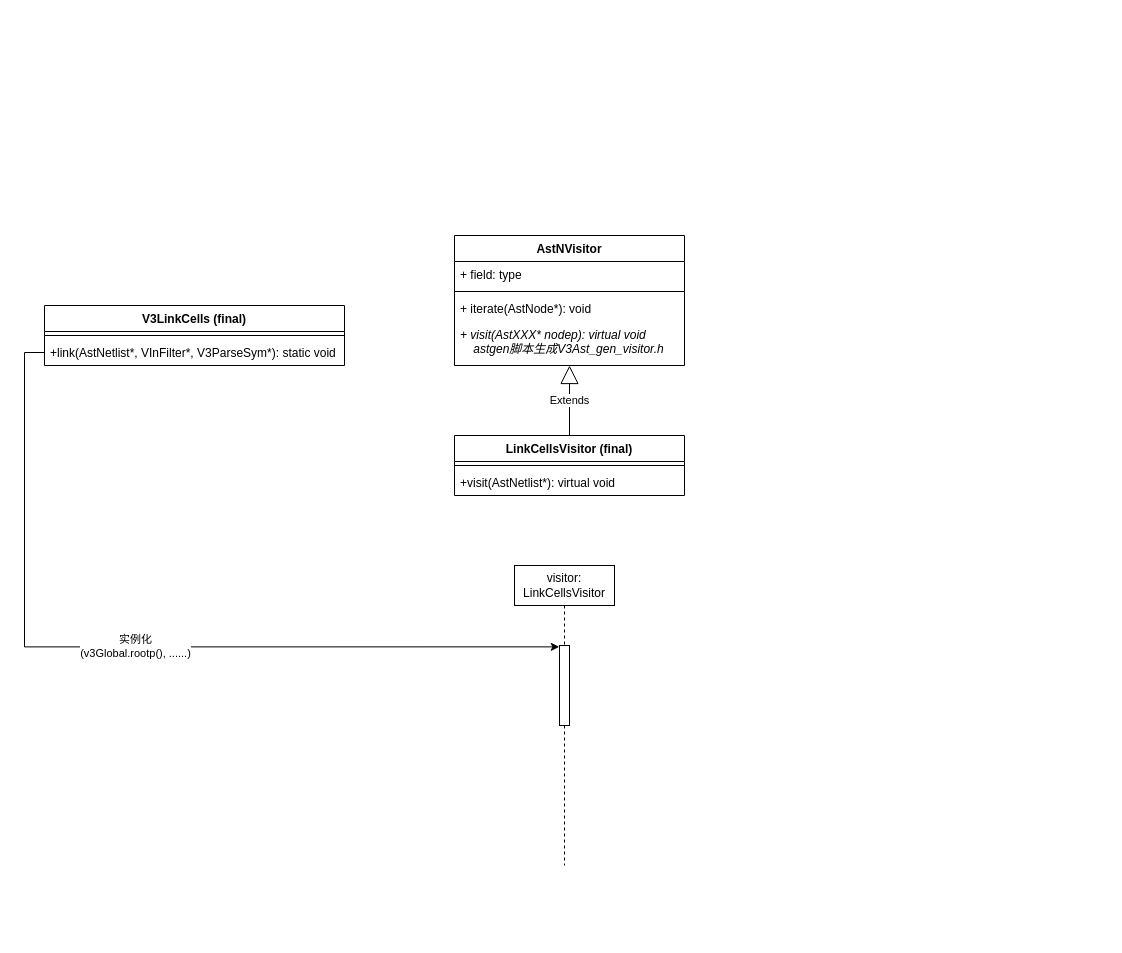
Earlier version of the draw.io diagram verilator_digrams/V3LinkCells.drawio (Dercury/CLDK). Source tidied: cells renumbered, new cells numbered last; positions are measured from the earlier drawing's top-left corner, leaving out a move shared by most shapes. Both pictures are drawn from the tidied source at 100%, with x=0, y=0 at pixel (44, 235).
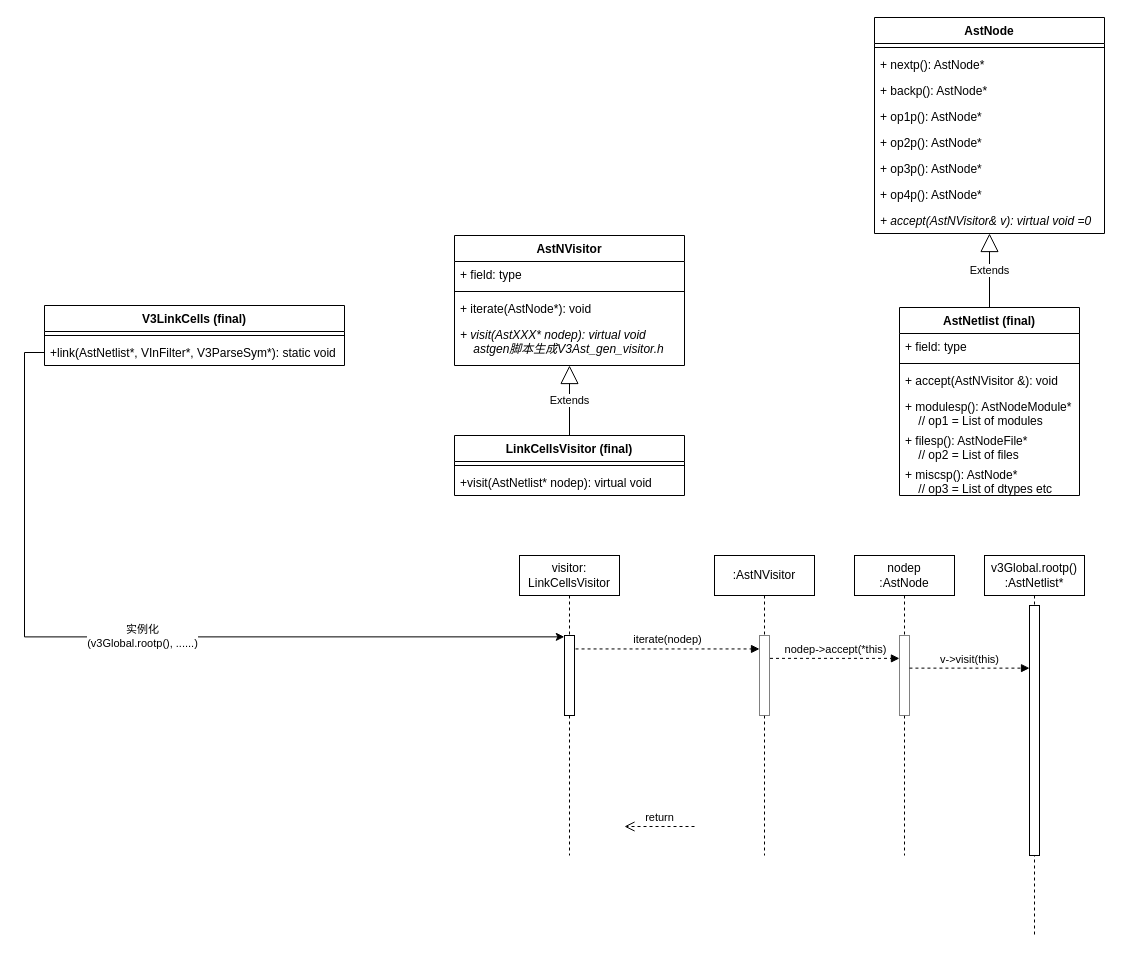
After the change.

The change refers to these unchanged cells:
```xml
<mxCell id="6" style="html=1;points=[];perimeter=orthogonalPerimeter;" parent="5" vertex="1">
  <mxGeometry x="45" y="80" width="10" height="80" as="geometry" />
</mxCell>
<mxCell id="8" value="LinkCellsVisitor (final)" style="swimlane;fontStyle=1;align=center;verticalAlign=top;horizontal=1;startSize=26;" parent="1" vertex="1">
  <mxGeometry x="410" y="200" width="230" height="60" as="geometry" />
</mxCell>
```

Change to the diagram source:
```diff
@@
     <mxCell id="5" value="visitor: LinkCellsVisitor" style="shape=umlLifeline;perimeter=lifelinePerimeter;whiteSpace=wrap;html=1;" parent="1" vertex="1">
-      <mxGeometry x="470" y="330" width="100" height="300" as="geometry" />
+      <mxGeometry x="475" y="320" width="100" height="300" as="geometry" />
     </mxCell>
@@
-    <mxCell id="10" value="+visit(AstNetlist*): virtual void " style="text;strokeColor=none;fillColor=none;align=left;verticalAlign=top;spacingLeft=4;spacingRight=4;overflow=hidden;" parent="8" vertex="1">
+    <mxCell id="10" value="+visit(AstNetlist* nodep): virtual void " style="text;strokeColor=none;fillColor=none;align=left;verticalAlign=top;spacingLeft=4;spacingRight=4;overflow=hidden;" parent="8" vertex="1">
       <mxGeometry y="34" width="230" height="26" as="geometry" />
     </mxCell>
@@
+    <mxCell id="17" value="v3Global.rootp()&lt;br&gt;:AstNetlist*" style="shape=umlLifeline;perimeter=lifelinePerimeter;whiteSpace=wrap;html=1;" parent="1" vertex="1">
+      <mxGeometry x="940" y="320" width="100" height="380" as="geometry" />
+    </mxCell>
+    <mxCell id="18" style="html=1;points=[];perimeter=orthogonalPerimeter;" parent="17" vertex="1">
+      <mxGeometry x="45" y="50" width="10" height="250" as="geometry" />
+    </mxCell>
+    <mxCell id="19" value=":AstNVisitor" style="shape=umlLifeline;perimeter=lifelinePerimeter;whiteSpace=wrap;html=1;" parent="1" vertex="1">
+      <mxGeometry x="670" y="320" width="100" height="300" as="geometry" />
+    </mxCell>
+    <mxCell id="20" style="html=1;points=[];perimeter=orthogonalPerimeter;dashed=1;dashPattern=1 1;" parent="1" vertex="1">
+      <mxGeometry x="715" y="400" width="10" height="80" as="geometry" />
+    </mxCell>
+    <mxCell id="21" value="nodep&lt;br&gt;:AstNode" style="shape=umlLifeline;perimeter=lifelinePerimeter;whiteSpace=wrap;html=1;" parent="1" vertex="1">
+      <mxGeometry x="810" y="320" width="100" height="300" as="geometry" />
+    </mxCell>
+    <mxCell id="22" style="html=1;points=[];perimeter=orthogonalPerimeter;dashed=1;dashPattern=1 1;" parent="1" vertex="1">
+      <mxGeometry x="855" y="400" width="10" height="80" as="geometry" />
+    </mxCell>
+    <mxCell id="23" value="iterate(nodep)" style="html=1;verticalAlign=bottom;endArrow=block;dashed=1;exitX=1.106;exitY=0.168;exitDx=0;exitDy=0;exitPerimeter=0;" parent="1" edge="1" source="6" target="20">
+      <mxGeometry relative="1" as="geometry" />
+    </mxCell>
+    <mxCell id="24" value="return" style="html=1;verticalAlign=bottom;endArrow=open;dashed=1;endSize=8;exitX=0;exitY=0.95;" parent="1" edge="1">
+      <mxGeometry relative="1" as="geometry">
+        <mxPoint x="650" y="591" as="sourcePoint" />
+        <mxPoint x="580" y="591" as="targetPoint" />
+      </mxGeometry>
+    </mxCell>
+    <mxCell id="25" value="nodep-&amp;gt;accept(*this)" style="html=1;verticalAlign=bottom;endArrow=block;dashed=1;exitX=1.05;exitY=0.286;exitDx=0;exitDy=0;exitPerimeter=0;entryX=-0.006;entryY=0.286;entryDx=0;entryDy=0;entryPerimeter=0;" parent="1" edge="1" source="20" target="22">
+      <mxGeometry relative="1" as="geometry" />
+    </mxCell>
+    <mxCell id="26" value="v-&amp;gt;visit(this)" style="html=1;verticalAlign=bottom;endArrow=block;dashed=1;exitX=0.994;exitY=0.408;exitDx=0;exitDy=0;exitPerimeter=0;" parent="1" edge="1" source="22" target="18">
+      <mxGeometry relative="1" as="geometry" />
+    </mxCell>
+    <mxCell id="27" value="AstNetlist (final)" style="swimlane;fontStyle=1;align=center;verticalAlign=top;horizontal=1;startSize=26;" parent="1" vertex="1">
+      <mxGeometry x="855" y="72" width="180" height="188" as="geometry" />
+    </mxCell>
+    <mxCell id="28" value="+ field: type" style="text;strokeColor=none;fillColor=none;align=left;verticalAlign=top;spacingLeft=4;spacingRight=4;overflow=hidden;" parent="27" vertex="1">
+      <mxGeometry y="26" width="180" height="26" as="geometry" />
+    </mxCell>
+    <mxCell id="29" style="line;strokeWidth=1;fillColor=none;align=left;verticalAlign=middle;spacingTop=-1;spacingLeft=3;spacingRight=3;labelPosition=right;" parent="27" vertex="1">
+      <mxGeometry y="52" width="180" height="8" as="geometry" />
+    </mxCell>
+    <mxCell id="30" value="+ accept(AstNVisitor &amp;): void" style="text;strokeColor=none;fillColor=none;align=left;verticalAlign=top;spacingLeft=4;spacingRight=4;overflow=hidden;" parent="27" vertex="1">
+      <mxGeometry y="60" width="180" height="26" as="geometry" />
+    </mxCell>
+    <mxCell id="31" value="+ modulesp(): AstNodeModule*&#10;    // op1 = List of modules" style="text;strokeColor=none;fillColor=none;align=left;verticalAlign=top;spacingLeft=4;spacingRight=4;overflow=hidden;" parent="27" vertex="1">
+      <mxGeometry y="86" width="180" height="34" as="geometry" />
+    </mxCell>
+    <mxCell id="32" value="+ filesp(): AstNodeFile*&#10;    // op2 = List of files" style="text;strokeColor=none;fillColor=none;align=left;verticalAlign=top;spacingLeft=4;spacingRight=4;overflow=hidden;" parent="27" vertex="1">
+      <mxGeometry y="120" width="180" height="34" as="geometry" />
+    </mxCell>
+    <mxCell id="33" value="+ miscsp(): AstNode*&#10;    // op3 = List of dtypes etc" style="text;strokeColor=none;fillColor=none;align=left;verticalAlign=top;spacingLeft=4;spacingRight=4;overflow=hidden;" parent="27" vertex="1">
+      <mxGeometry y="154" width="180" height="34" as="geometry" />
+    </mxCell>
+    <mxCell id="34" value="AstNode" style="swimlane;fontStyle=1;align=center;verticalAlign=top;horizontal=1;startSize=26;" parent="1" vertex="1">
+      <mxGeometry x="830" y="-218" width="230" height="216" as="geometry" />
+    </mxCell>
+    <mxCell id="35" style="line;strokeWidth=1;fillColor=none;align=left;verticalAlign=middle;spacingTop=-1;spacingLeft=3;spacingRight=3;labelPosition=right;" parent="34" vertex="1">
+      <mxGeometry y="26" width="230" height="8" as="geometry" />
+    </mxCell>
+    <mxCell id="36" value="+ nextp(): AstNode*" style="text;strokeColor=none;fillColor=none;align=left;verticalAlign=top;spacingLeft=4;spacingRight=4;overflow=hidden;" parent="34" vertex="1">
+      <mxGeometry y="34" width="230" height="26" as="geometry" />
+    </mxCell>
+    <mxCell id="37" value="+ backp(): AstNode*" style="text;strokeColor=none;fillColor=none;align=left;verticalAlign=top;spacingLeft=4;spacingRight=4;overflow=hidden;" parent="34" vertex="1">
+      <mxGeometry y="60" width="230" height="26" as="geometry" />
+    </mxCell>
+    <mxCell id="38" value="+ op1p(): AstNode*" style="text;strokeColor=none;fillColor=none;align=left;verticalAlign=top;spacingLeft=4;spacingRight=4;overflow=hidden;" parent="34" vertex="1">
+      <mxGeometry y="86" width="230" height="26" as="geometry" />
+    </mxCell>
+    <mxCell id="39" value="+ op2p(): AstNode*" style="text;strokeColor=none;fillColor=none;align=left;verticalAlign=top;spacingLeft=4;spacingRight=4;overflow=hidden;" parent="34" vertex="1">
+      <mxGeometry y="112" width="230" height="26" as="geometry" />
+    </mxCell>
+    <mxCell id="40" value="+ op3p(): AstNode*" style="text;strokeColor=none;fillColor=none;align=left;verticalAlign=top;spacingLeft=4;spacingRight=4;overflow=hidden;" parent="34" vertex="1">
+      <mxGeometry y="138" width="230" height="26" as="geometry" />
+    </mxCell>
+    <mxCell id="41" value="+ op4p(): AstNode*" style="text;strokeColor=none;fillColor=none;align=left;verticalAlign=top;spacingLeft=4;spacingRight=4;overflow=hidden;" parent="34" vertex="1">
+      <mxGeometry y="164" width="230" height="26" as="geometry" />
+    </mxCell>
+    <mxCell id="42" value="+ accept(AstNVisitor&amp; v): virtual void =0" style="text;strokeColor=none;fillColor=none;align=left;verticalAlign=top;spacingLeft=4;spacingRight=4;overflow=hidden;fontStyle=2;" parent="34" vertex="1">
+      <mxGeometry y="190" width="230" height="26" as="geometry" />
+    </mxCell>
+    <mxCell id="43" value="Extends" style="endArrow=block;endSize=16;endFill=0;html=1;edgeStyle=orthogonalEdgeStyle;" parent="1" edge="1" source="27" target="34">
+      <mxGeometry relative="1" as="geometry" />
+    </mxCell>
```
